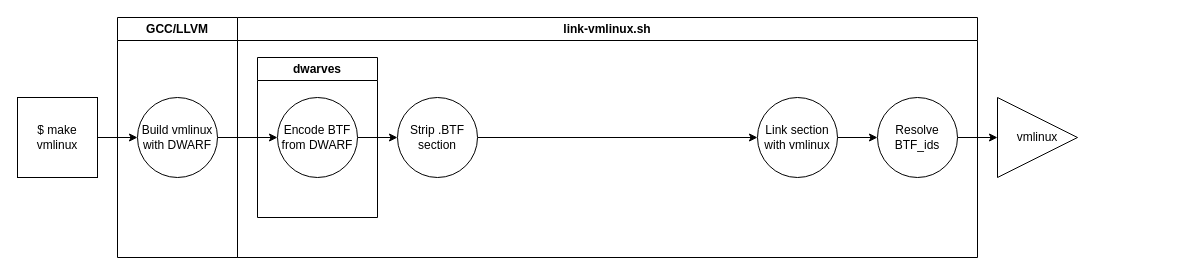
Before: old_vmlinux_btf.drawio in peter-shoes/lsfmm_slides, a draw.io diagram. Source tidied: cells renumbered, new cells numbered last; positions are measured from the earlier drawing's top-left corner, leaving out a move shared by most shapes. Both pictures are drawn from the tidied source at 100%, with x=0, y=0 at pixel (17, 17).
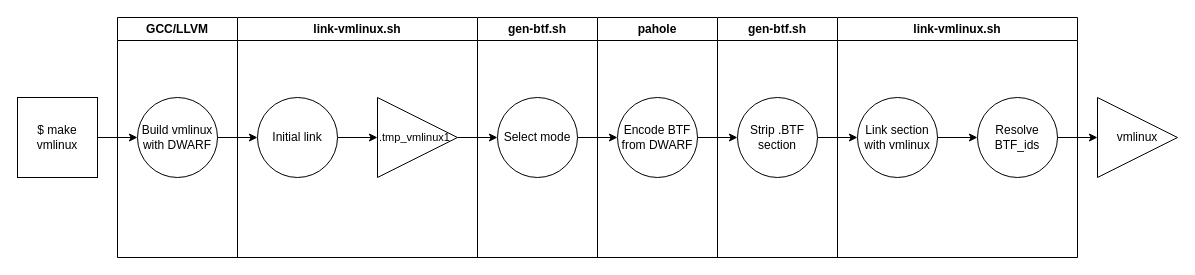
Above is the later version.

Unchanged cells that the change refers to:
```xml
<mxCell id="13" value="Build vmlinux with DWARF" style="ellipse;whiteSpace=wrap;html=1;" parent="12" vertex="1">
  <mxGeometry x="20" y="80" width="80" height="80" as="geometry" />
</mxCell>
```

Diff of the diagram source:
```diff
@@
     <mxCell id="2" value="link-vmlinux.sh" style="swimlane;whiteSpace=wrap;html=1;" parent="1" vertex="1">
-      <mxGeometry x="220" width="740" height="240" as="geometry" />
+      <mxGeometry x="220" width="240" height="240" as="geometry" />
     </mxCell>
-    <mxCell id="3" value="dwarves" style="swimlane;whiteSpace=wrap;html=1;" parent="2" vertex="1">
-      <mxGeometry x="20" y="40" width="120" height="160" as="geometry" />
-    </mxCell>
-    <mxCell id="4" style="edgeStyle=orthogonalEdgeStyle;rounded=0;jettySize=auto;html=1;" parent="2" edge="1" source="6" target="7">
-      <mxGeometry relative="1" as="geometry" />
-    </mxCell>
-    <mxCell id="5" style="edgeStyle=orthogonalEdgeStyle;rounded=0;jettySize=auto;html=1;" parent="2" edge="1" source="7">
-      <mxGeometry relative="1" as="geometry">
-        <mxPoint x="760" y="120" as="targetPoint" />
-      </mxGeometry>
-    </mxCell>
-    <mxCell id="6" value="Link section with vmlinux" style="ellipse;whiteSpace=wrap;html=1;" parent="2" vertex="1">
-      <mxGeometry x="520" y="80" width="80" height="80" as="geometry" />
-    </mxCell>
-    <mxCell id="7" value="Resolve BTF_ids" style="ellipse;whiteSpace=wrap;html=1;" parent="2" vertex="1">
-      <mxGeometry x="640" y="80" width="80" height="80" as="geometry" />
-    </mxCell>
-    <mxCell id="8" value="vmlinux" style="triangle;whiteSpace=wrap;html=1;" parent="2" vertex="1">
-      <mxGeometry x="760" y="80" width="80" height="80" as="geometry" />
-    </mxCell>
-    <mxCell id="9" style="edgeStyle=orthogonalEdgeStyle;rounded=0;jettySize=auto;html=1;" parent="1" edge="1" source="13" target="15">
-      <mxGeometry relative="1" as="geometry" />
-    </mxCell>
+    <mxCell id="18" style="edgeStyle=orthogonalEdgeStyle;rounded=0;jettySize=auto;html=1;" parent="2" edge="1" source="19" target="20">
+      <mxGeometry relative="1" as="geometry" />
+    </mxCell>
+    <mxCell id="19" value="Initial link" style="ellipse;whiteSpace=wrap;html=1;" parent="2" vertex="1">
+      <mxGeometry x="20" y="80" width="80" height="80" as="geometry" />
+    </mxCell>
+    <mxCell id="20" value="&lt;font style=&quot;font-size: 11px;&quot;&gt;.tmp_vmlinux1&lt;/font&gt;" style="triangle;whiteSpace=wrap;html=1;align=left;" parent="2" vertex="1">
+      <mxGeometry x="140" y="80" width="80" height="80" as="geometry" />
+    </mxCell>
@@
-    <mxCell id="14" style="edgeStyle=orthogonalEdgeStyle;rounded=0;jettySize=auto;html=1;" parent="1" edge="1" source="15" target="17">
-      <mxGeometry relative="1" as="geometry" />
-    </mxCell>
+    <mxCell id="21" style="edgeStyle=orthogonalEdgeStyle;rounded=0;jettySize=auto;html=1;" parent="1" edge="1" source="13" target="19">
+      <mxGeometry relative="1" as="geometry" />
+    </mxCell>
+    <mxCell id="3" value="gen-btf.sh" style="swimlane;whiteSpace=wrap;html=1;" parent="1" vertex="1">
+      <mxGeometry x="460" width="120" height="240" as="geometry" />
+    </mxCell>
+    <mxCell id="22" style="edgeStyle=orthogonalEdgeStyle;rounded=0;jettySize=auto;html=1;" parent="3" edge="1" source="23" target="15">
+      <mxGeometry relative="1" as="geometry" />
+    </mxCell>
+    <mxCell id="23" value="Select mode" style="ellipse;whiteSpace=wrap;html=1;" parent="3" vertex="1">
+      <mxGeometry x="20" y="80" width="80" height="80" as="geometry" />
+    </mxCell>
-    <mxCell id="15" value="Encode BTF from DWARF" style="ellipse;whiteSpace=wrap;html=1;" parent="1" vertex="1">
-      <mxGeometry x="260" y="80" width="80" height="80" as="geometry" />
+    <mxCell id="15" value="Encode BTF from DWARF" style="ellipse;whiteSpace=wrap;html=1;" parent="3" vertex="1">
+      <mxGeometry x="140" y="80" width="80" height="80" as="geometry" />
     </mxCell>
+    <mxCell id="24" value="pahole" style="swimlane;whiteSpace=wrap;html=1;" parent="1" vertex="1">
+      <mxGeometry x="580" width="120" height="240" as="geometry" />
+    </mxCell>
-    <mxCell id="16" style="edgeStyle=orthogonalEdgeStyle;rounded=0;jettySize=auto;html=1;entryX=0;entryY=0.5;entryDx=0;entryDy=0;" parent="1" edge="1" source="17" target="6">
+    <mxCell id="16" style="edgeStyle=orthogonalEdgeStyle;rounded=0;jettySize=auto;html=1;" parent="1" edge="1" source="17" target="6">
       <mxGeometry relative="1" as="geometry" />
     </mxCell>
     <mxCell id="17" value="Strip .BTF section" style="ellipse;whiteSpace=wrap;html=1;" parent="1" vertex="1">
-      <mxGeometry x="380" y="80" width="80" height="80" as="geometry" />
+      <mxGeometry x="720" y="80" width="80" height="80" as="geometry" />
     </mxCell>
+    <mxCell id="25" value="gen-btf.sh" style="swimlane;whiteSpace=wrap;html=1;" parent="1" vertex="1">
+      <mxGeometry x="700" width="120" height="240" as="geometry" />
+    </mxCell>
+    <mxCell id="26" value="link-vmlinux.sh" style="swimlane;whiteSpace=wrap;html=1;" parent="1" vertex="1">
+      <mxGeometry x="820" width="240" height="240" as="geometry" />
+    </mxCell>
+    <mxCell id="6" value="Link section with vmlinux" style="ellipse;whiteSpace=wrap;html=1;" parent="26" vertex="1">
+      <mxGeometry x="20" y="80" width="80" height="80" as="geometry" />
+    </mxCell>
+    <mxCell id="7" value="Resolve BTF_ids" style="ellipse;whiteSpace=wrap;html=1;" parent="26" vertex="1">
+      <mxGeometry x="140" y="80" width="80" height="80" as="geometry" />
+    </mxCell>
+    <mxCell id="4" style="edgeStyle=orthogonalEdgeStyle;rounded=0;jettySize=auto;html=1;" parent="26" edge="1" source="6" target="7">
+      <mxGeometry relative="1" as="geometry" />
+    </mxCell>
+    <mxCell id="27" style="edgeStyle=orthogonalEdgeStyle;rounded=0;jettySize=auto;html=1;" parent="1" edge="1" source="20" target="23">
+      <mxGeometry relative="1" as="geometry" />
+    </mxCell>
+    <mxCell id="14" style="edgeStyle=orthogonalEdgeStyle;rounded=0;jettySize=auto;html=1;" parent="1" edge="1" source="15" target="17">
+      <mxGeometry relative="1" as="geometry" />
+    </mxCell>
+    <mxCell id="28" style="edgeStyle=orthogonalEdgeStyle;rounded=0;jettySize=auto;html=1;" parent="1" edge="1" source="7" target="8">
+      <mxGeometry relative="1" as="geometry" />
+    </mxCell>
+    <mxCell id="8" value="vmlinux" style="triangle;whiteSpace=wrap;html=1;" parent="1" vertex="1">
+      <mxGeometry x="1080" y="80" width="80" height="80" as="geometry" />
+    </mxCell>
```
